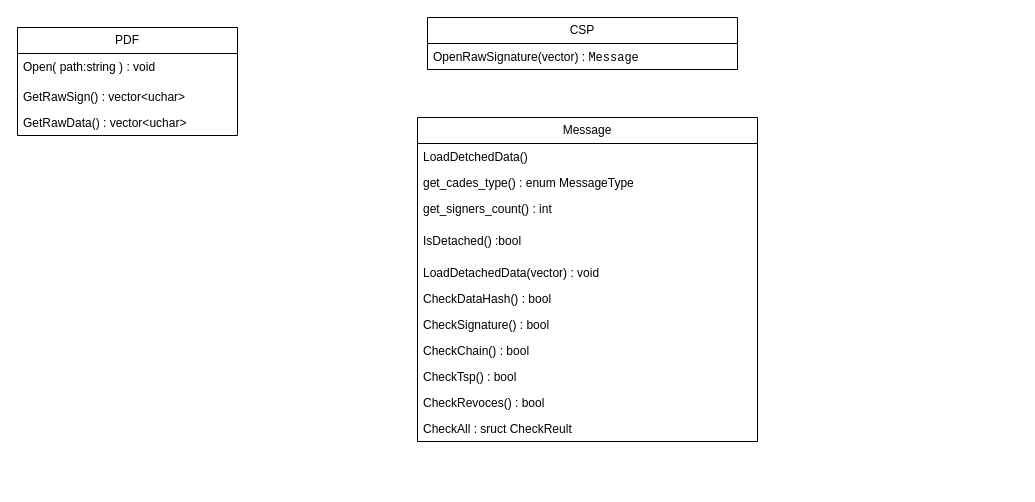
Above: basic_struct_draft.drawio in 3036662/pdf_scp (draw.io), before the change. Source tidied: cells renumbered, new cells numbered last; positions are measured from the earlier drawing's top-left corner, leaving out a move shared by most shapes. Both pictures are drawn from the tidied source at 100%, with x=0, y=0 at pixel (17, 17).
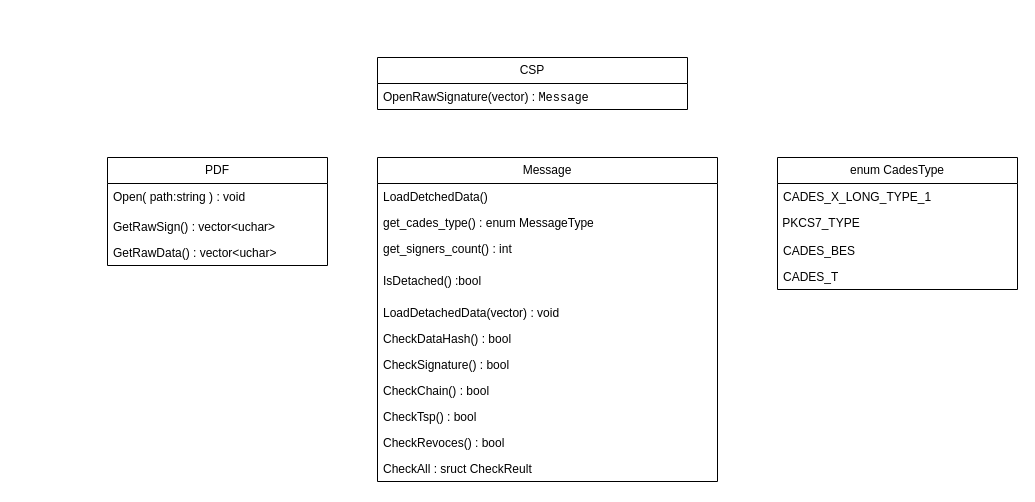
After the change.

The edit, as a diff of the source:
```diff
@@
     <mxCell id="2" value="PDF" style="swimlane;fontStyle=0;horizontal=1;startSize=26;fillColor=none;whiteSpace=wrap;html=1;" parent="1" vertex="1">
-      <mxGeometry y="10" width="220" height="108" as="geometry" />
+      <mxGeometry x="90" y="140" width="220" height="108" as="geometry" />
     </mxCell>
@@
     <mxCell id="6" value="CSP" style="swimlane;fontStyle=0;horizontal=1;startSize=26;fillColor=none;whiteSpace=wrap;html=1;" parent="1" vertex="1">
-      <mxGeometry x="410" width="310" height="52" as="geometry" />
+      <mxGeometry x="360" y="40" width="310" height="52" as="geometry" />
     </mxCell>
@@
     <mxCell id="8" value="Message" style="swimlane;fontStyle=0;horizontal=1;startSize=26;fillColor=none;whiteSpace=wrap;html=1;" parent="1" vertex="1">
-      <mxGeometry x="400" y="100" width="340" height="324" as="geometry" />
+      <mxGeometry x="360" y="140" width="340" height="324" as="geometry" />
     </mxCell>
@@
+    <mxCell id="20" value="enum CadesType" style="swimlane;fontStyle=0;horizontal=1;startSize=26;fillColor=none;whiteSpace=wrap;html=1;" parent="1" vertex="1">
+      <mxGeometry x="760" y="140" width="240" height="132" as="geometry" />
+    </mxCell>
+    <mxCell id="21" value="CADES_X_LONG_TYPE_1" style="text;strokeColor=none;fillColor=none;align=left;verticalAlign=top;spacingLeft=4;spacingRight=4;overflow=hidden;whiteSpace=wrap;html=1;" parent="20" vertex="1">
+      <mxGeometry y="26" width="240" height="26" as="geometry" />
+    </mxCell>
+    <mxCell id="22" value="&amp;nbsp;PKCS7_TYPE" style="text;whiteSpace=wrap;html=1;" parent="20" vertex="1">
+      <mxGeometry y="52" width="240" height="28" as="geometry" />
+    </mxCell>
+    <mxCell id="23" value="CADES_BES" style="text;strokeColor=none;fillColor=none;align=left;verticalAlign=top;spacingLeft=4;spacingRight=4;overflow=hidden;whiteSpace=wrap;html=1;" parent="20" vertex="1">
+      <mxGeometry y="80" width="240" height="26" as="geometry" />
+    </mxCell>
+    <mxCell id="24" value="CADES_T" style="text;strokeColor=none;fillColor=none;align=left;verticalAlign=top;spacingLeft=4;spacingRight=4;overflow=hidden;whiteSpace=wrap;html=1;" parent="20" vertex="1">
+      <mxGeometry y="106" width="240" height="26" as="geometry" />
+    </mxCell>
```
